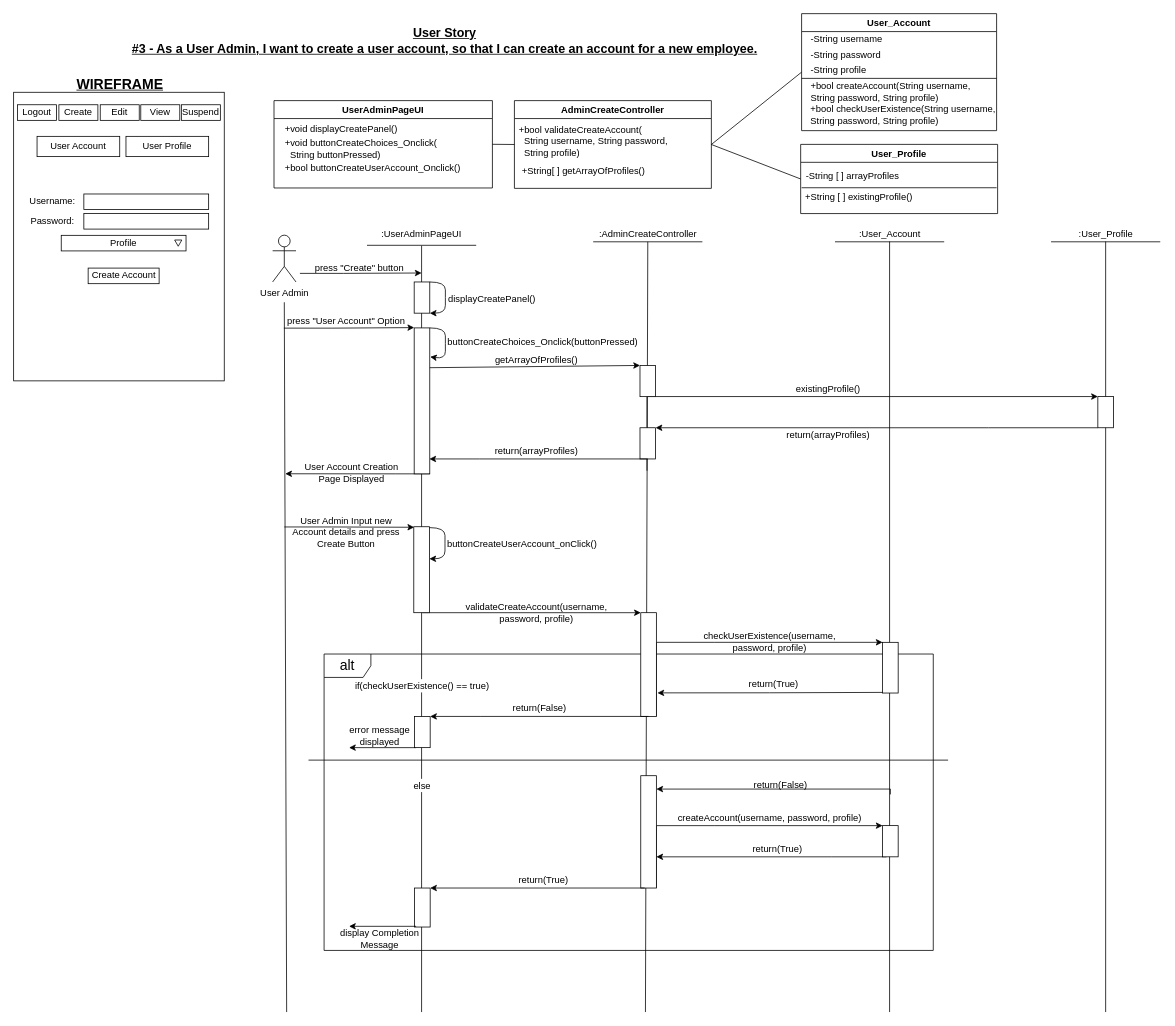
Before: BCE_UML_and_Diagrams/UserAdmin/UserAdmin_Create(#3&8)/UserStory#3_CreateUserAccount.drawio in extred5700/JAVAGUI-Restaurant-Table-Order-System, a draw.io diagram. Source tidied: cells renumbered, new cells numbered last; positions are measured from the earlier drawing's top-left corner, leaving out a move shared by most shapes. Both pictures are drawn from the tidied source at 78%, with x=0, y=0 at pixel (13, 13).
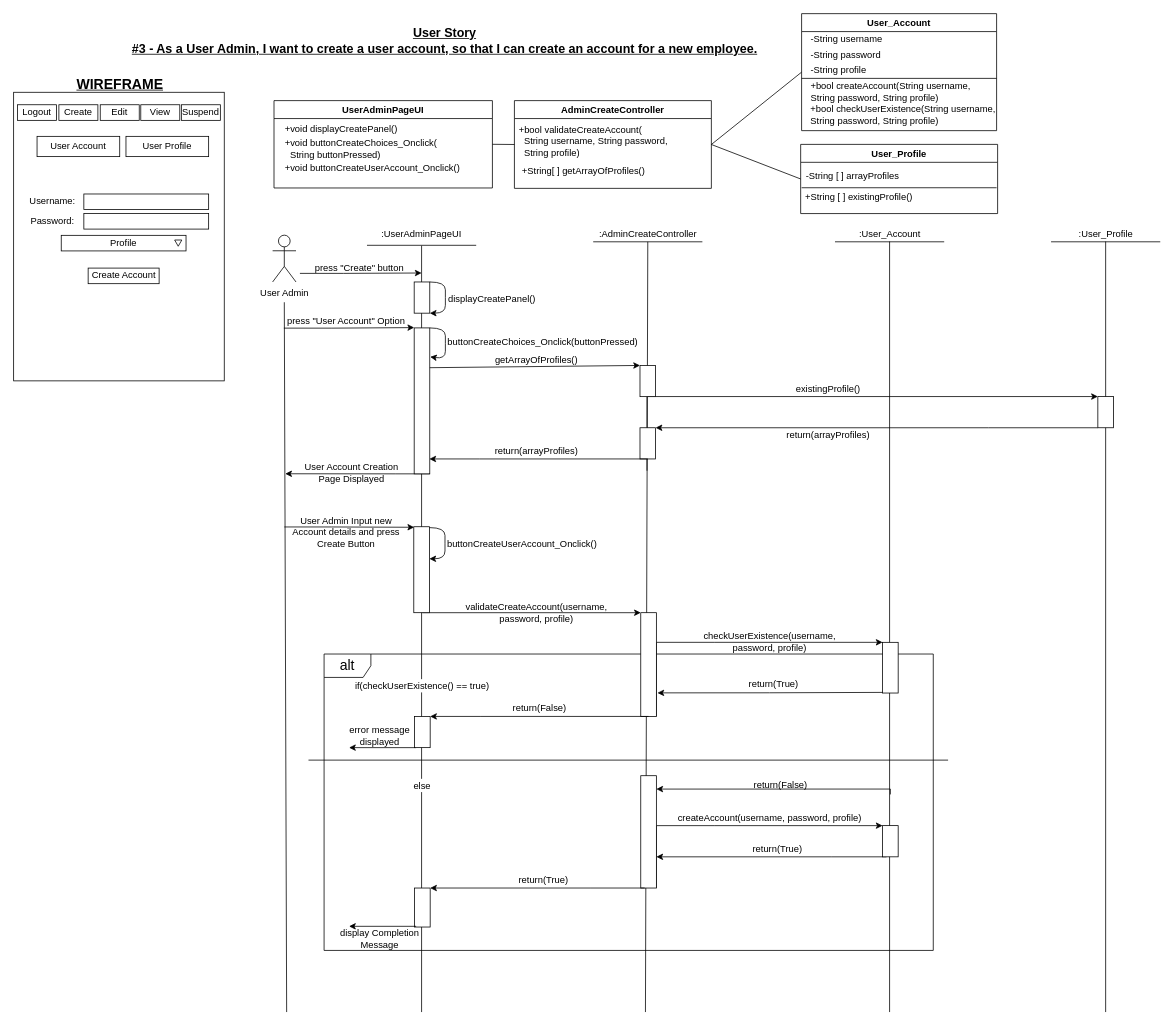
The same diagram, later.

Unchanged cells that the change refers to:
```xml
<mxCell id="3" value="UserAdminPageUI" style="swimlane;" parent="1" vertex="1">
  <mxGeometry x="333.8" y="111.5" width="280" height="112" as="geometry" />
</mxCell>
```

Change to the diagram source:
```diff
@@
-    <mxCell id="5" value="+bool buttonCreateUserAccount_Onclick()" style="text;html=1;align=left;verticalAlign=middle;strokeColor=none;fillColor=none;" parent="3" vertex="1">
+    <mxCell id="5" value="+void buttonCreateUserAccount_Onclick()" style="text;html=1;align=left;verticalAlign=middle;strokeColor=none;fillColor=none;" parent="3" vertex="1">
       <mxGeometry x="12" y="76" width="240" height="20" as="geometry" />
     </mxCell>
@@
-    <mxCell id="27" value="&lt;span&gt;buttonCreateUserAccount_onClick(&lt;/span&gt;&lt;span&gt;)&lt;/span&gt;" style="text;html=1;align=left;verticalAlign=middle;strokeColor=none;fillColor=none;" parent="1" vertex="1">
+    <mxCell id="27" value="&lt;span&gt;buttonCreateUserAccount_Onclick(&lt;/span&gt;&lt;span&gt;)&lt;/span&gt;" style="text;html=1;align=left;verticalAlign=middle;strokeColor=none;fillColor=none;" parent="1" vertex="1">
       <mxGeometry x="554" y="669.9" width="210" height="20" as="geometry" />
     </mxCell>
```
